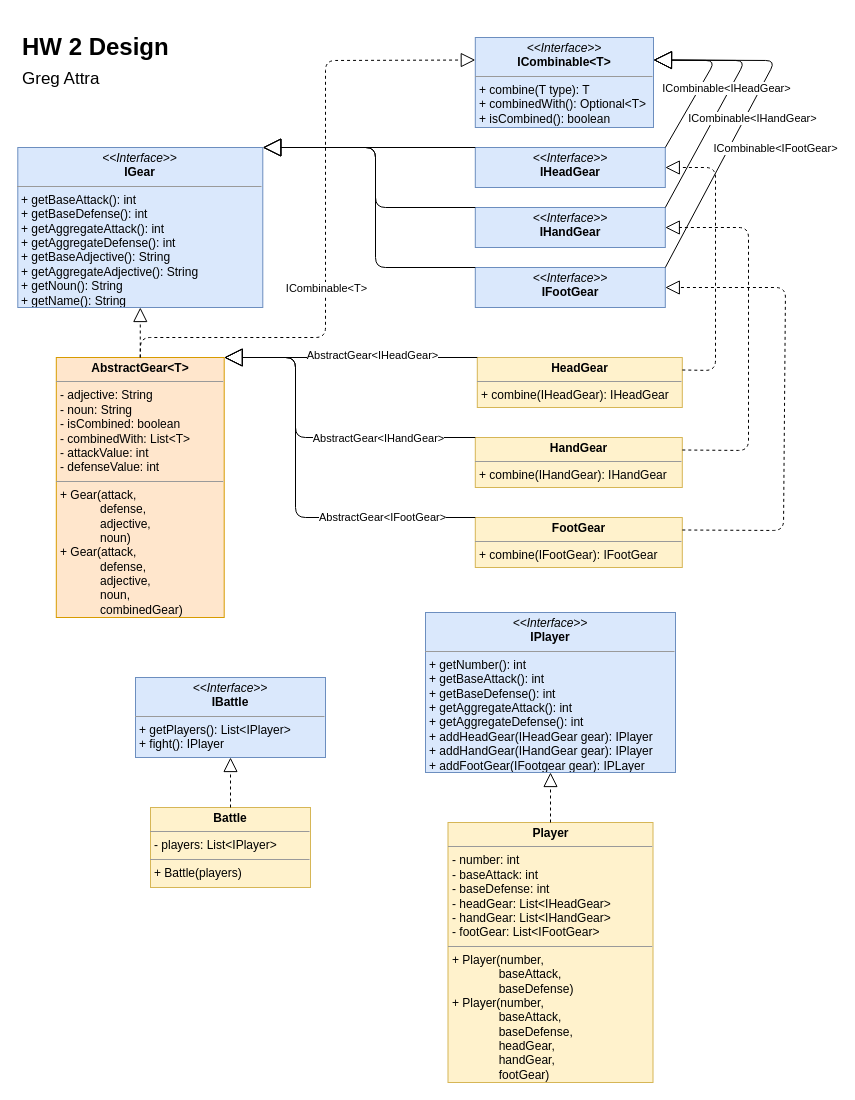
Earlier version of the draw.io diagram HW2/hw2-design.drawio (gbattra/OOP-Design-Patterns-in-Java). Source tidied: cells renumbered, new cells numbered last; positions are measured from the earlier drawing's top-left corner, leaving out a move shared by most shapes. Both pictures are drawn from the tidied source at 100%, with x=0, y=0 at pixel (17, 27).
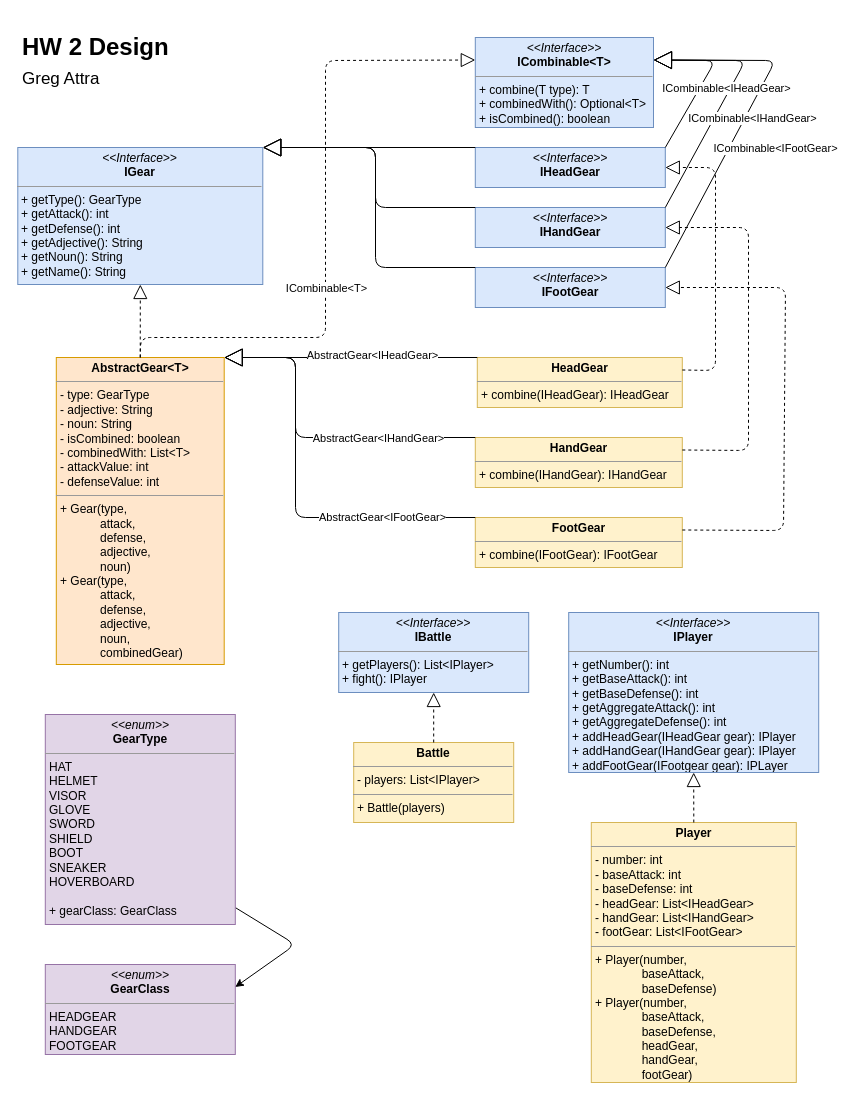
After the change.

Diff of the diagram source:
```diff
@@
-    <mxCell id="2" value="&lt;p style=&quot;margin: 0px ; margin-top: 4px ; text-align: center&quot;&gt;&lt;i&gt;&amp;lt;&amp;lt;Interface&amp;gt;&amp;gt;&lt;/i&gt;&lt;br&gt;&lt;b&gt;IGear&lt;/b&gt;&lt;/p&gt;&lt;hr size=&quot;1&quot;&gt;&lt;p style=&quot;margin: 0px ; margin-left: 4px&quot;&gt;&lt;/p&gt;&lt;p style=&quot;margin: 0px ; margin-left: 4px&quot;&gt;+ getBaseAttack(): int&lt;br&gt;+ getBaseDefense(): int&lt;/p&gt;&lt;p style=&quot;margin: 0px ; margin-left: 4px&quot;&gt;+ getAggregateAttack(): int&lt;/p&gt;&lt;p style=&quot;margin: 0px ; margin-left: 4px&quot;&gt;+ getAggregateDefense(): int&lt;/p&gt;&lt;p style=&quot;margin: 0px ; margin-left: 4px&quot;&gt;+ getBaseAdjective(): String&lt;/p&gt;&lt;p style=&quot;margin: 0px ; margin-left: 4px&quot;&gt;+ getAggregateAdjective(): String&lt;/p&gt;&lt;p style=&quot;margin: 0px ; margin-left: 4px&quot;&gt;+ getNoun(): String&lt;/p&gt;&lt;p style=&quot;margin: 0px ; margin-left: 4px&quot;&gt;+ getName(): String&lt;/p&gt;" style="verticalAlign=top;align=left;overflow=fill;fontSize=12;fontFamily=Helvetica;html=1;fillColor=#dae8fc;strokeColor=#6c8ebf;" parent="1" vertex="1">
-      <mxGeometry x="0.3" y="120" width="245" height="160" as="geometry" />
+    <mxCell id="2" value="&lt;p style=&quot;margin: 0px ; margin-top: 4px ; text-align: center&quot;&gt;&lt;i&gt;&amp;lt;&amp;lt;Interface&amp;gt;&amp;gt;&lt;/i&gt;&lt;br&gt;&lt;b&gt;IGear&lt;/b&gt;&lt;/p&gt;&lt;hr size=&quot;1&quot;&gt;&lt;p style=&quot;margin: 0px ; margin-left: 4px&quot;&gt;&lt;/p&gt;&lt;p style=&quot;margin: 0px ; margin-left: 4px&quot;&gt;+ getType(): GearType&lt;/p&gt;&lt;p style=&quot;margin: 0px ; margin-left: 4px&quot;&gt;+ getAttack(): int&lt;br&gt;+ getDefense(): int&lt;/p&gt;&lt;p style=&quot;margin: 0px ; margin-left: 4px&quot;&gt;+ getAdjective(): String&lt;/p&gt;&lt;p style=&quot;margin: 0px ; margin-left: 4px&quot;&gt;+ getNoun(): String&lt;/p&gt;&lt;p style=&quot;margin: 0px ; margin-left: 4px&quot;&gt;+ getName(): String&lt;/p&gt;" style="verticalAlign=top;align=left;overflow=fill;fontSize=12;fontFamily=Helvetica;html=1;fillColor=#dae8fc;strokeColor=#6c8ebf;" parent="1" vertex="1">
+      <mxGeometry x="0.3" y="120" width="245" height="137" as="geometry" />
     </mxCell>
-    <mxCell id="3" value="&lt;p style=&quot;margin: 0px ; margin-top: 4px ; text-align: center&quot;&gt;&lt;b&gt;AbstractGear&amp;lt;T&amp;gt;&lt;/b&gt;&lt;/p&gt;&lt;hr size=&quot;1&quot;&gt;&lt;p style=&quot;margin: 0px 0px 0px 4px&quot;&gt;&lt;span&gt;- adjective: String&lt;/span&gt;&lt;br&gt;&lt;/p&gt;&lt;p style=&quot;margin: 0px 0px 0px 4px&quot;&gt;- noun: String&lt;/p&gt;&lt;p style=&quot;margin: 0px 0px 0px 4px&quot;&gt;- isCombined: boolean&lt;/p&gt;&lt;p style=&quot;margin: 0px 0px 0px 4px&quot;&gt;- combinedWith: List&amp;lt;T&amp;gt;&lt;/p&gt;&lt;p style=&quot;margin: 0px 0px 0px 4px&quot;&gt;- attackValue: int&lt;/p&gt;&lt;p style=&quot;margin: 0px 0px 0px 4px&quot;&gt;- defenseValue: int&lt;/p&gt;&lt;hr size=&quot;1&quot;&gt;&lt;p style=&quot;margin: 0px ; margin-left: 4px&quot;&gt;+ Gear(&lt;span&gt;attack,&lt;/span&gt;&lt;/p&gt;&lt;p style=&quot;margin: 0px ; margin-left: 4px&quot;&gt;&amp;nbsp; &amp;nbsp; &amp;nbsp; &amp;nbsp; &amp;nbsp; &amp;nbsp; defense,&lt;/p&gt;&lt;p style=&quot;margin: 0px ; margin-left: 4px&quot;&gt;&amp;nbsp; &amp;nbsp; &amp;nbsp; &amp;nbsp; &amp;nbsp; &amp;nbsp; adjective,&lt;/p&gt;&lt;p style=&quot;margin: 0px ; margin-left: 4px&quot;&gt;&amp;nbsp; &amp;nbsp; &amp;nbsp; &amp;nbsp; &amp;nbsp; &amp;nbsp; noun)&lt;br&gt;&lt;/p&gt;&lt;p style=&quot;margin: 0px 0px 0px 4px&quot;&gt;+ Gear(&lt;span&gt;attack,&lt;/span&gt;&lt;/p&gt;&lt;p style=&quot;margin: 0px 0px 0px 4px&quot;&gt;&amp;nbsp; &amp;nbsp; &amp;nbsp; &amp;nbsp; &amp;nbsp; &amp;nbsp; defense,&lt;/p&gt;&lt;p style=&quot;margin: 0px 0px 0px 4px&quot;&gt;&amp;nbsp; &amp;nbsp; &amp;nbsp; &amp;nbsp; &amp;nbsp; &amp;nbsp; adjective,&lt;/p&gt;&lt;p style=&quot;margin: 0px 0px 0px 4px&quot;&gt;&amp;nbsp; &amp;nbsp; &amp;nbsp; &amp;nbsp; &amp;nbsp; &amp;nbsp; noun,&lt;/p&gt;&lt;p style=&quot;margin: 0px ; margin-left: 4px&quot;&gt;&amp;nbsp; &amp;nbsp; &amp;nbsp; &amp;nbsp; &amp;nbsp; &amp;nbsp; combinedGear)&lt;/p&gt;" style="verticalAlign=top;align=left;overflow=fill;fontSize=12;fontFamily=Helvetica;html=1;fillColor=#ffe6cc;strokeColor=#d79b00;" parent="1" vertex="1">
-      <mxGeometry x="38.8" y="330" width="167.9" height="260" as="geometry" />
+    <mxCell id="3" value="&lt;p style=&quot;margin: 0px ; margin-top: 4px ; text-align: center&quot;&gt;&lt;b&gt;AbstractGear&amp;lt;T&amp;gt;&lt;/b&gt;&lt;/p&gt;&lt;hr size=&quot;1&quot;&gt;&lt;p style=&quot;margin: 0px 0px 0px 4px&quot;&gt;&lt;span&gt;- type: GearType&lt;/span&gt;&lt;/p&gt;&lt;p style=&quot;margin: 0px 0px 0px 4px&quot;&gt;&lt;span&gt;- adjective: String&lt;/span&gt;&lt;br&gt;&lt;/p&gt;&lt;p style=&quot;margin: 0px 0px 0px 4px&quot;&gt;- noun: String&lt;/p&gt;&lt;p style=&quot;margin: 0px 0px 0px 4px&quot;&gt;- isCombined: boolean&lt;/p&gt;&lt;p style=&quot;margin: 0px 0px 0px 4px&quot;&gt;- combinedWith: List&amp;lt;T&amp;gt;&lt;/p&gt;&lt;p style=&quot;margin: 0px 0px 0px 4px&quot;&gt;- attackValue: int&lt;/p&gt;&lt;p style=&quot;margin: 0px 0px 0px 4px&quot;&gt;- defenseValue: int&lt;/p&gt;&lt;hr size=&quot;1&quot;&gt;&lt;p style=&quot;margin: 0px ; margin-left: 4px&quot;&gt;+ Gear(type,&lt;/p&gt;&lt;p style=&quot;margin: 0px ; margin-left: 4px&quot;&gt;&lt;span&gt;&amp;nbsp; &amp;nbsp; &amp;nbsp; &amp;nbsp; &amp;nbsp; &amp;nbsp; attack,&lt;/span&gt;&lt;/p&gt;&lt;p style=&quot;margin: 0px ; margin-left: 4px&quot;&gt;&amp;nbsp; &amp;nbsp; &amp;nbsp; &amp;nbsp; &amp;nbsp; &amp;nbsp; defense,&lt;/p&gt;&lt;p style=&quot;margin: 0px ; margin-left: 4px&quot;&gt;&amp;nbsp; &amp;nbsp; &amp;nbsp; &amp;nbsp; &amp;nbsp; &amp;nbsp; adjective,&lt;/p&gt;&lt;p style=&quot;margin: 0px ; margin-left: 4px&quot;&gt;&amp;nbsp; &amp;nbsp; &amp;nbsp; &amp;nbsp; &amp;nbsp; &amp;nbsp; noun)&lt;br&gt;&lt;/p&gt;&lt;p style=&quot;margin: 0px 0px 0px 4px&quot;&gt;+ Gear(type,&lt;/p&gt;&lt;p style=&quot;margin: 0px 0px 0px 4px&quot;&gt;&lt;span&gt;&amp;nbsp; &amp;nbsp; &amp;nbsp; &amp;nbsp; &amp;nbsp; &amp;nbsp; attack,&lt;/span&gt;&lt;/p&gt;&lt;p style=&quot;margin: 0px 0px 0px 4px&quot;&gt;&amp;nbsp; &amp;nbsp; &amp;nbsp; &amp;nbsp; &amp;nbsp; &amp;nbsp; defense,&lt;/p&gt;&lt;p style=&quot;margin: 0px 0px 0px 4px&quot;&gt;&amp;nbsp; &amp;nbsp; &amp;nbsp; &amp;nbsp; &amp;nbsp; &amp;nbsp; adjective,&lt;/p&gt;&lt;p style=&quot;margin: 0px 0px 0px 4px&quot;&gt;&amp;nbsp; &amp;nbsp; &amp;nbsp; &amp;nbsp; &amp;nbsp; &amp;nbsp; noun,&lt;/p&gt;&lt;p style=&quot;margin: 0px ; margin-left: 4px&quot;&gt;&amp;nbsp; &amp;nbsp; &amp;nbsp; &amp;nbsp; &amp;nbsp; &amp;nbsp; combinedGear)&lt;/p&gt;" style="verticalAlign=top;align=left;overflow=fill;fontSize=12;fontFamily=Helvetica;html=1;fillColor=#ffe6cc;strokeColor=#d79b00;" parent="1" vertex="1">
+      <mxGeometry x="38.8" y="330" width="167.9" height="307" as="geometry" />
     </mxCell>
@@
     <mxCell id="5" value="&lt;p style=&quot;margin: 0px ; margin-top: 4px ; text-align: center&quot;&gt;&lt;i&gt;&amp;lt;&amp;lt;Interface&amp;gt;&amp;gt;&lt;/i&gt;&lt;br&gt;&lt;b&gt;IPlayer&lt;/b&gt;&lt;/p&gt;&lt;hr size=&quot;1&quot;&gt;&lt;p style=&quot;margin: 0px ; margin-left: 4px&quot;&gt;+ getNumber(): int&lt;/p&gt;&lt;p style=&quot;margin: 0px ; margin-left: 4px&quot;&gt;+ getBaseAttack(): int&lt;/p&gt;&lt;p style=&quot;margin: 0px ; margin-left: 4px&quot;&gt;+ getBaseDefense(): int&lt;/p&gt;&lt;p style=&quot;margin: 0px ; margin-left: 4px&quot;&gt;+ getAggregateAttack(): int&lt;br&gt;&lt;/p&gt;&lt;p style=&quot;margin: 0px ; margin-left: 4px&quot;&gt;+ getAggregateDefense(): int&lt;/p&gt;&lt;p style=&quot;margin: 0px ; margin-left: 4px&quot;&gt;+ addHeadGear(IHeadGear gear): IPlayer&lt;/p&gt;&lt;p style=&quot;margin: 0px ; margin-left: 4px&quot;&gt;+ addHandGear(IHandGear gear): IPlayer&lt;/p&gt;&lt;p style=&quot;margin: 0px ; margin-left: 4px&quot;&gt;+ addFootGear(IFootgear gear): IPLayer&lt;/p&gt;" style="verticalAlign=top;align=left;overflow=fill;fontSize=12;fontFamily=Helvetica;html=1;fillColor=#dae8fc;strokeColor=#6c8ebf;" parent="1" vertex="1">
-      <mxGeometry x="408" y="585" width="250" height="160" as="geometry" />
+      <mxGeometry x="551.2" y="585" width="250" height="160" as="geometry" />
     </mxCell>
     <mxCell id="6" value="&lt;p style=&quot;margin: 0px ; margin-top: 4px ; text-align: center&quot;&gt;&lt;b&gt;Player&lt;/b&gt;&lt;/p&gt;&lt;hr size=&quot;1&quot;&gt;&lt;p style=&quot;margin: 0px ; margin-left: 4px&quot;&gt;- number: int&lt;/p&gt;&lt;p style=&quot;margin: 0px ; margin-left: 4px&quot;&gt;- baseAttack: int&lt;/p&gt;&lt;p style=&quot;margin: 0px ; margin-left: 4px&quot;&gt;- baseDefense: int&lt;/p&gt;&lt;p style=&quot;margin: 0px ; margin-left: 4px&quot;&gt;- headGear: List&amp;lt;IHeadGear&amp;gt;&lt;br&gt;- handGear: List&amp;lt;IHandGear&amp;gt;&lt;/p&gt;&lt;p style=&quot;margin: 0px ; margin-left: 4px&quot;&gt;- footGear: List&amp;lt;IFootGear&amp;gt;&lt;/p&gt;&lt;hr size=&quot;1&quot;&gt;&lt;p style=&quot;margin: 0px ; margin-left: 4px&quot;&gt;+ Player(number,&lt;/p&gt;&lt;p style=&quot;margin: 0px ; margin-left: 4px&quot;&gt;&amp;nbsp; &amp;nbsp; &amp;nbsp; &amp;nbsp; &amp;nbsp; &amp;nbsp; &amp;nbsp; baseAttack,&lt;/p&gt;&lt;p style=&quot;margin: 0px ; margin-left: 4px&quot;&gt;&amp;nbsp; &amp;nbsp; &amp;nbsp; &amp;nbsp; &amp;nbsp; &amp;nbsp; &amp;nbsp; baseDefense)&lt;/p&gt;&lt;p style=&quot;margin: 0px ; margin-left: 4px&quot;&gt;+ Player(number,&lt;/p&gt;&lt;p style=&quot;margin: 0px ; margin-left: 4px&quot;&gt;&amp;nbsp; &amp;nbsp; &amp;nbsp; &amp;nbsp; &amp;nbsp; &amp;nbsp; &amp;nbsp; baseAttack,&lt;/p&gt;&lt;p style=&quot;margin: 0px ; margin-left: 4px&quot;&gt;&amp;nbsp; &amp;nbsp; &amp;nbsp; &amp;nbsp; &amp;nbsp; &amp;nbsp; &amp;nbsp; baseDefense,&lt;/p&gt;&lt;p style=&quot;margin: 0px ; margin-left: 4px&quot;&gt;&amp;nbsp; &amp;nbsp; &amp;nbsp; &amp;nbsp; &amp;nbsp; &amp;nbsp; &amp;nbsp; headGear,&lt;/p&gt;&lt;p style=&quot;margin: 0px ; margin-left: 4px&quot;&gt;&amp;nbsp; &amp;nbsp; &amp;nbsp; &amp;nbsp; &amp;nbsp; &amp;nbsp; &amp;nbsp; handGear,&lt;/p&gt;&lt;p style=&quot;margin: 0px ; margin-left: 4px&quot;&gt;&amp;nbsp; &amp;nbsp; &amp;nbsp; &amp;nbsp; &amp;nbsp; &amp;nbsp; &amp;nbsp; footGear)&lt;/p&gt;" style="verticalAlign=top;align=left;overflow=fill;fontSize=12;fontFamily=Helvetica;html=1;fillColor=#fff2cc;strokeColor=#d6b656;" parent="1" vertex="1">
-      <mxGeometry x="430.5" y="795" width="205" height="260" as="geometry" />
+      <mxGeometry x="573.8" y="795" width="205" height="260" as="geometry" />
     </mxCell>
@@
     <mxCell id="8" value="&lt;p style=&quot;margin: 0px ; margin-top: 4px ; text-align: center&quot;&gt;&lt;i&gt;&amp;lt;&amp;lt;Interface&amp;gt;&amp;gt;&lt;/i&gt;&lt;br&gt;&lt;b&gt;IBattle&lt;/b&gt;&lt;/p&gt;&lt;hr size=&quot;1&quot;&gt;&lt;p style=&quot;margin: 0px ; margin-left: 4px&quot;&gt;+ getPlayers(): List&amp;lt;IPlayer&amp;gt;&lt;/p&gt;&lt;p style=&quot;margin: 0px ; margin-left: 4px&quot;&gt;+ fight(): IPlayer&lt;/p&gt;" style="verticalAlign=top;align=left;overflow=fill;fontSize=12;fontFamily=Helvetica;html=1;fillColor=#dae8fc;strokeColor=#6c8ebf;" parent="1" vertex="1">
-      <mxGeometry x="118" y="650" width="190" height="80" as="geometry" />
+      <mxGeometry x="321.2" y="585" width="190" height="80" as="geometry" />
     </mxCell>
     <mxCell id="9" value="&lt;p style=&quot;margin: 0px ; margin-top: 4px ; text-align: center&quot;&gt;&lt;b&gt;Battle&lt;/b&gt;&lt;/p&gt;&lt;hr size=&quot;1&quot;&gt;&lt;p style=&quot;margin: 0px ; margin-left: 4px&quot;&gt;- players: List&amp;lt;IPlayer&amp;gt;&lt;/p&gt;&lt;hr size=&quot;1&quot;&gt;&lt;p style=&quot;margin: 0px ; margin-left: 4px&quot;&gt;+ Battle(players)&lt;/p&gt;" style="verticalAlign=top;align=left;overflow=fill;fontSize=12;fontFamily=Helvetica;html=1;fillColor=#fff2cc;strokeColor=#d6b656;" parent="1" vertex="1">
-      <mxGeometry x="133" y="780" width="160" height="80" as="geometry" />
+      <mxGeometry x="336.2" y="715" width="160" height="80" as="geometry" />
     </mxCell>
@@
+    <mxCell id="39" value="&lt;p style=&quot;margin: 0px ; margin-top: 4px ; text-align: center&quot;&gt;&lt;i&gt;&amp;lt;&amp;lt;enum&amp;gt;&amp;gt;&lt;/i&gt;&lt;br&gt;&lt;b&gt;GearType&lt;/b&gt;&lt;/p&gt;&lt;hr size=&quot;1&quot;&gt;&lt;p style=&quot;margin: 0px ; margin-left: 4px&quot;&gt;HAT&lt;/p&gt;&lt;p style=&quot;margin: 0px ; margin-left: 4px&quot;&gt;HELMET&lt;/p&gt;&lt;p style=&quot;margin: 0px ; margin-left: 4px&quot;&gt;VISOR&lt;/p&gt;&lt;p style=&quot;margin: 0px ; margin-left: 4px&quot;&gt;GLOVE&lt;/p&gt;&lt;p style=&quot;margin: 0px ; margin-left: 4px&quot;&gt;SWORD&lt;/p&gt;&lt;p style=&quot;margin: 0px ; margin-left: 4px&quot;&gt;SHIELD&lt;/p&gt;&lt;p style=&quot;margin: 0px ; margin-left: 4px&quot;&gt;BOOT&lt;/p&gt;&lt;p style=&quot;margin: 0px ; margin-left: 4px&quot;&gt;SNEAKER&lt;/p&gt;&lt;p style=&quot;margin: 0px ; margin-left: 4px&quot;&gt;HOVERBOARD&lt;/p&gt;&lt;p style=&quot;margin: 0px ; margin-left: 4px&quot;&gt;&lt;br&gt;&lt;/p&gt;&lt;p style=&quot;margin: 0px ; margin-left: 4px&quot;&gt;+ gearClass: GearClass&lt;/p&gt;" style="verticalAlign=top;align=left;overflow=fill;fontSize=12;fontFamily=Helvetica;html=1;fillColor=#e1d5e7;strokeColor=#9673a6;" parent="1" vertex="1">
+      <mxGeometry x="27.8" y="687" width="190" height="210" as="geometry" />
+    </mxCell>
+    <mxCell id="40" value="&lt;p style=&quot;margin: 0px ; margin-top: 4px ; text-align: center&quot;&gt;&lt;i&gt;&amp;lt;&amp;lt;enum&amp;gt;&amp;gt;&lt;/i&gt;&lt;br&gt;&lt;b&gt;GearClass&lt;/b&gt;&lt;/p&gt;&lt;hr size=&quot;1&quot;&gt;&lt;p style=&quot;margin: 0px ; margin-left: 4px&quot;&gt;HEADGEAR&lt;/p&gt;&lt;p style=&quot;margin: 0px ; margin-left: 4px&quot;&gt;HANDGEAR&lt;/p&gt;&lt;p style=&quot;margin: 0px ; margin-left: 4px&quot;&gt;FOOTGEAR&lt;/p&gt;" style="verticalAlign=top;align=left;overflow=fill;fontSize=12;fontFamily=Helvetica;html=1;fillColor=#e1d5e7;strokeColor=#9673a6;" parent="1" vertex="1">
+      <mxGeometry x="27.8" y="937" width="190" height="90" as="geometry" />
+    </mxCell>
+    <mxCell id="41" style="endArrow=classic;html=1;exitX=1.003;exitY=0.921;exitDx=0;exitDy=0;exitPerimeter=0;entryX=1;entryY=0.25;entryDx=0;entryDy=0;" parent="1" edge="1" source="39" target="40">
+      <mxGeometry relative="1" as="geometry">
+        <Array as="points">
+          <mxPoint x="278" y="917" />
+        </Array>
+      </mxGeometry>
+    </mxCell>
```
